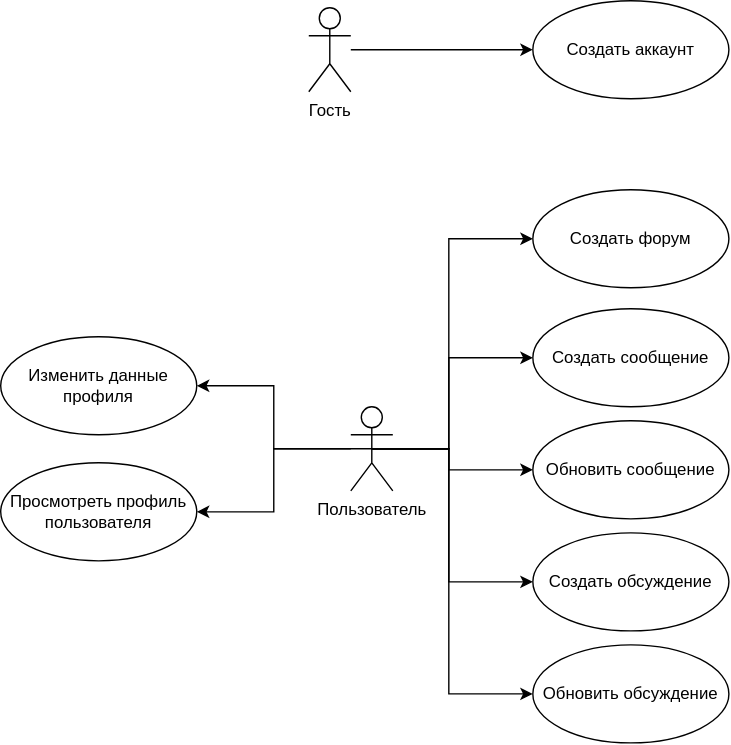
The draw.io diagram src/main/resources/use-case.svg in viktorZebra/Web-Blog, before a commit. Source tidied: cells renumbered, new cells last; positions are measured from the earlier drawing's top-left corner, leaving out a move shared by most shapes.
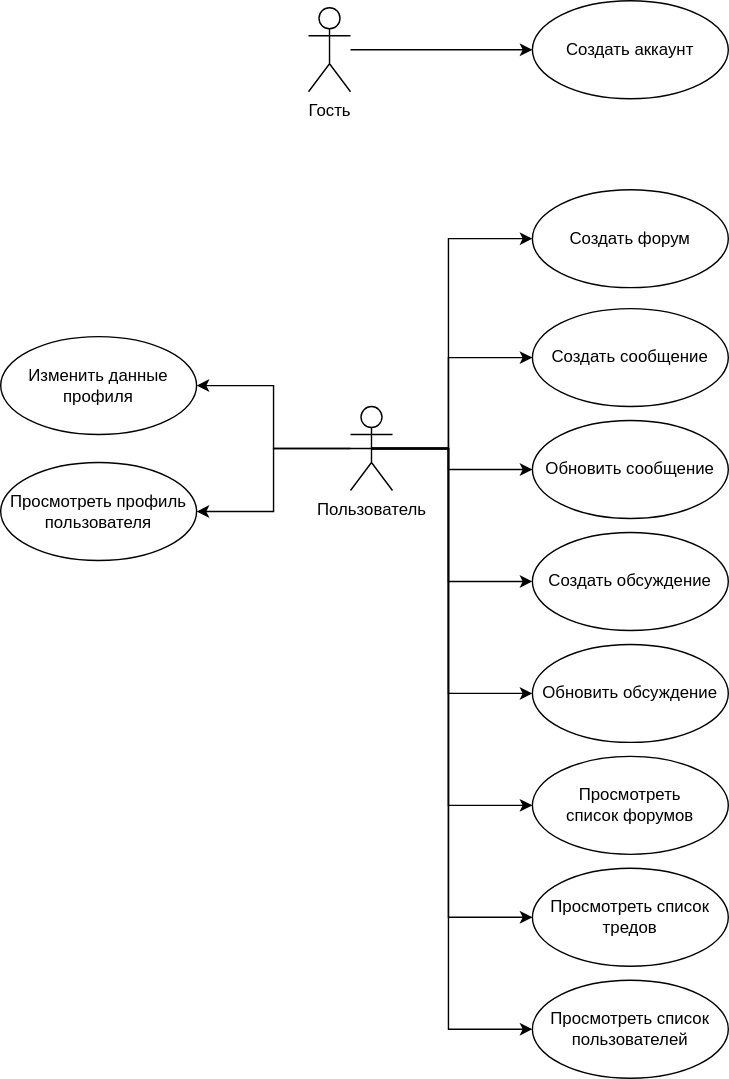
After the commit.

Commit message:
Добавлено: исправлены ошибки сваггера и диаграмм

Diff of the diagram source:
```diff
@@ -48,6 +48,30 @@
         </Array>
       </mxGeometry>
     </mxCell>
+    <mxCell id="20" style="edgeStyle=orthogonalEdgeStyle;rounded=0;jettySize=auto;html=1;exitX=0.5;exitY=0.5;exitDx=0;exitDy=0;exitPerimeter=0;endArrow=classic;endFill=1;" parent="1" edge="1" source="9" target="23">
+      <mxGeometry relative="1" as="geometry">
+        <Array as="points">
+          <mxPoint x="320" y="320" />
+          <mxPoint x="320" y="575" />
+        </Array>
+      </mxGeometry>
+    </mxCell>
+    <mxCell id="21" style="edgeStyle=orthogonalEdgeStyle;rounded=0;jettySize=auto;html=1;exitX=0.5;exitY=0.5;exitDx=0;exitDy=0;exitPerimeter=0;endArrow=classic;endFill=1;" parent="1" edge="1" source="9" target="24">
+      <mxGeometry relative="1" as="geometry">
+        <Array as="points">
+          <mxPoint x="320" y="320" />
+          <mxPoint x="320" y="655" />
+        </Array>
+      </mxGeometry>
+    </mxCell>
+    <mxCell id="22" style="edgeStyle=orthogonalEdgeStyle;rounded=0;jettySize=auto;html=1;exitX=0.5;exitY=0.5;exitDx=0;exitDy=0;exitPerimeter=0;endArrow=classic;endFill=1;" parent="1" edge="1" source="9" target="25">
+      <mxGeometry relative="1" as="geometry">
+        <Array as="points">
+          <mxPoint x="320" y="320" />
+          <mxPoint x="320" y="735" />
+        </Array>
+      </mxGeometry>
+    </mxCell>
     <mxCell id="9" value="Пользователь" style="shape=umlActor;verticalLabelPosition=bottom;verticalAlign=top;html=1;outlineConnect=0;" parent="1" vertex="1">
       <mxGeometry x="250" y="290" width="30" height="60" as="geometry" />
     </mxCell>
@@ -81,5 +105,14 @@
     <mxCell id="19" value="Просмотреть профиль&lt;br&gt;пользователя" style="ellipse;whiteSpace=wrap;html=1;" parent="1" vertex="1">
       <mxGeometry y="330" width="140" height="70" as="geometry" />
     </mxCell>
+    <mxCell id="23" value="Просмотреть&lt;br&gt;список форумов" style="ellipse;whiteSpace=wrap;html=1;" parent="1" vertex="1">
+      <mxGeometry x="380" y="540" width="140" height="70" as="geometry" />
+    </mxCell>
+    <mxCell id="24" value="Просмотреть список&lt;br&gt;тредов" style="ellipse;whiteSpace=wrap;html=1;" parent="1" vertex="1">
+      <mxGeometry x="380" y="620" width="140" height="70" as="geometry" />
+    </mxCell>
+    <mxCell id="25" value="Просмотреть список&lt;br&gt;пользователей" style="ellipse;whiteSpace=wrap;html=1;" parent="1" vertex="1">
+      <mxGeometry x="380" y="700" width="140" height="70" as="geometry" />
+    </mxCell>
   </root>
 </mxGraphModel>
```
